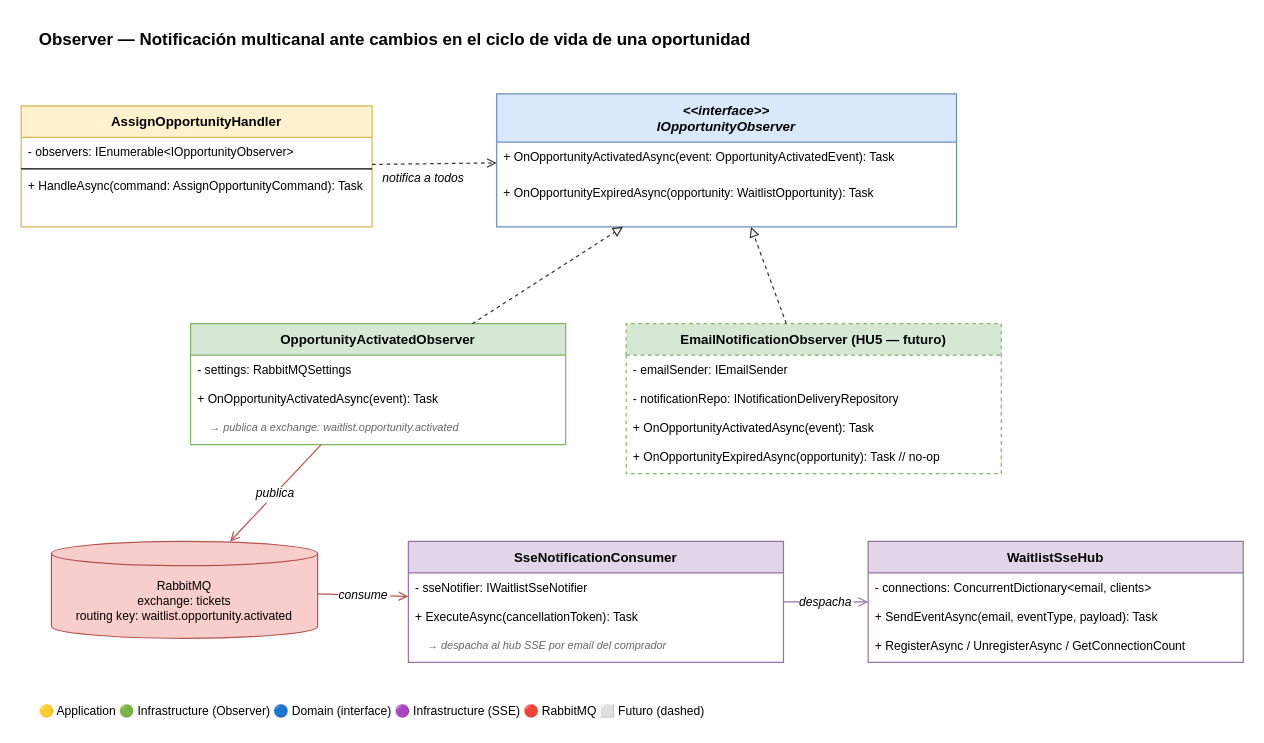
Above: docs/Features/Feature1/patterns/observer.drawio in Jomruizgo/ticketing_project_week1 (draw.io), before the change. Source tidied: cells renumbered, new cells numbered last; positions are measured from the earlier drawing's top-left corner, leaving out a move shared by most shapes. Both pictures are drawn from the tidied source at 121%, with x=0, y=0 at pixel (21, 21).
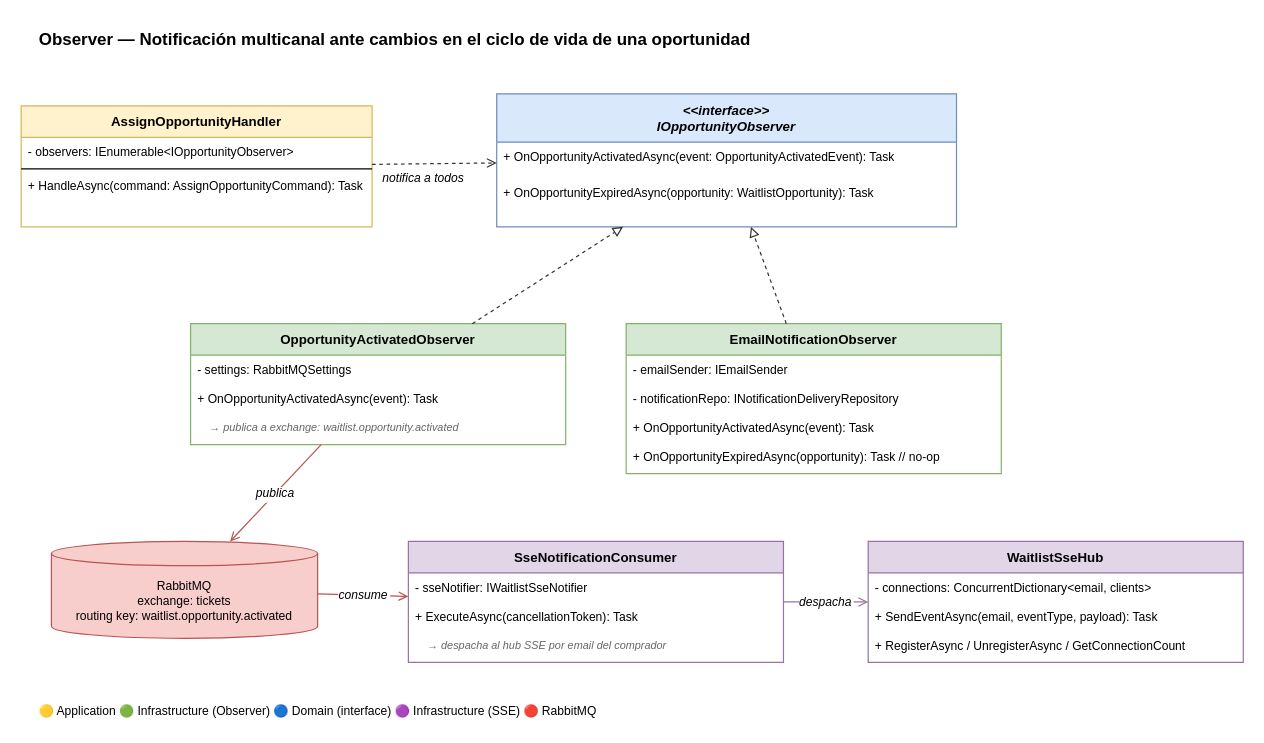
Above is the later version.

Change to the diagram source:
```diff
@@
-    <mxCell id="14" value="EmailNotificationObserver (HU5 — futuro)" style="swimlane;fontStyle=1;align=center;startSize=26;fontSize=11;fillColor=#d5e8d4;strokeColor=#82b366;dashed=1;" parent="1" vertex="1">
+    <mxCell id="14" value="EmailNotificationObserver" style="swimlane;fontStyle=1;align=center;startSize=26;fontSize=11;fillColor=#d5e8d4;strokeColor=#82b366;" parent="1" vertex="1">
       <mxGeometry x="500" y="250" width="310" height="124" as="geometry" />
     </mxCell>
@@
-    <mxCell id="35" value="&lt;font style='font-size:10px'&gt;🟡 Application  🟢 Infrastructure (Observer)  🔵 Domain (interface)  🟣 Infrastructure (SSE)  🔴 RabbitMQ  ⬜ Futuro (dashed)&lt;/font&gt;" style="text;html=1;align=left;verticalAlign=middle;" parent="1" vertex="1">
+    <mxCell id="35" value="&lt;font style='font-size:10px'&gt;🟡 Application  🟢 Infrastructure (Observer)  🔵 Domain (interface)  🟣 Infrastructure (SSE)  🔴 RabbitMQ&lt;/font&gt;" style="text;html=1;align=left;verticalAlign=middle;" parent="1" vertex="1">
       <mxGeometry x="13" y="560" width="700" height="20" as="geometry" />
     </mxCell>
```
